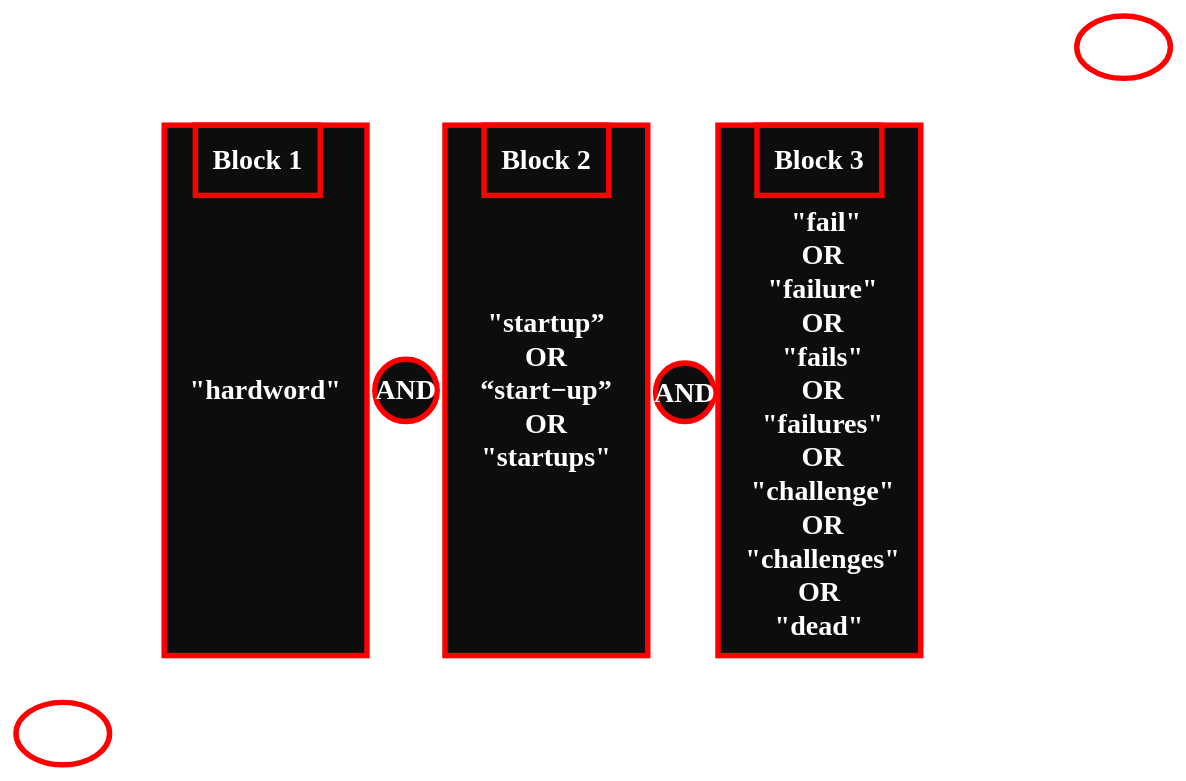
Earlier version of the draw.io diagram page "Page-1" (1 of 2) of Diagrams/keyword logic.drawio (HeiderJeffer/Gilgamesh). Source tidied: cells renumbered, new cells numbered last; positions are measured from the earlier drawing's top-left corner, leaving out a move shared by most shapes. Both pictures are drawn from the tidied source at 78%, with x=0, y=0 at pixel (16, 16).
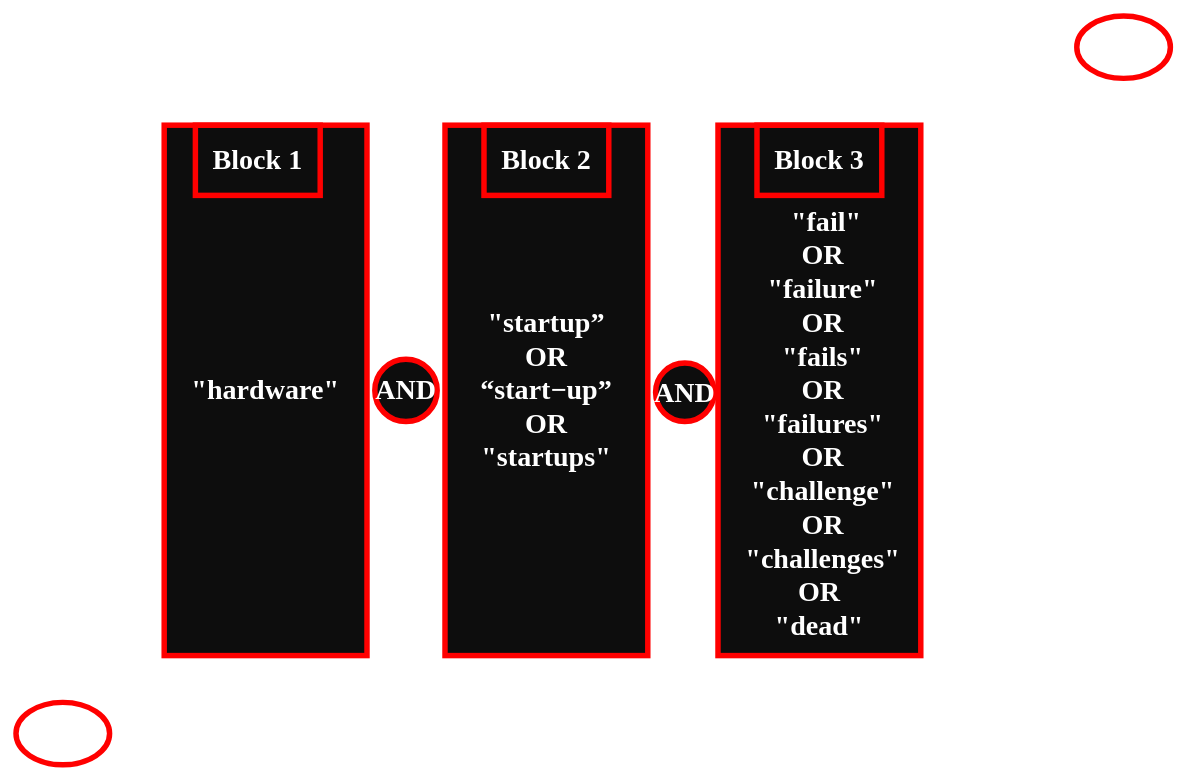
The same diagram, later.

The edit, as a diff of the source:
```diff
@@
 <mxGraphModel>
   <root>
     <mxCell id="0" />
     <mxCell id="1" parent="0" />
     <mxCell id="2" value="&lt;font style=&quot;font-size: 36px&quot; face=&quot;Times New Roman&quot; color=&quot;#ffffff&quot;&gt;&lt;b&gt;AND&lt;/b&gt;&lt;/font&gt;" style="ellipse;whiteSpace=wrap;html=1;fillColor=#0D0D0D;fontColor=#000000;strokeColor=#FF0000;strokeWidth=7;" parent="1" vertex="1">
       <mxGeometry x="460" y="440" width="80" height="80" as="geometry" />
     </mxCell>
     <mxCell id="3" value="&lt;font style=&quot;font-size: 36px&quot; face=&quot;Times New Roman&quot; color=&quot;#ffffff&quot;&gt;&lt;b&gt;AND&lt;/b&gt;&lt;/font&gt;" style="ellipse;whiteSpace=wrap;html=1;fillColor=#0D0D0D;fontColor=#000000;strokeColor=#FF0000;strokeWidth=7;" parent="1" vertex="1">
       <mxGeometry x="820" y="445" width="75" height="75" as="geometry" />
     </mxCell>
     <mxCell id="4" value="&lt;b&gt;&lt;font face=&quot;Times New Roman&quot; style=&quot;font-size: 36px&quot;&gt;&lt;br&gt;&lt;br&gt;&amp;nbsp; &quot;fail&quot;&lt;br&gt;&amp;nbsp;OR&lt;br&gt;&amp;nbsp;&quot;failure&quot;&lt;br&gt;&amp;nbsp;OR&lt;br&gt;&amp;nbsp;&quot;fails&quot;&lt;br&gt;&amp;nbsp;OR&lt;br&gt;&amp;nbsp;&quot;failures&quot;&lt;br&gt;&amp;nbsp;OR&lt;br&gt;&amp;nbsp;&quot;challenge&quot;&lt;br&gt;&amp;nbsp;OR&lt;br&gt;&amp;nbsp;&quot;challenges&quot;&lt;br&gt;OR&lt;br&gt;&quot;dead&quot;&lt;/font&gt;&lt;/b&gt;" style="rounded=0;whiteSpace=wrap;html=1;fontSize=18;align=center;fillColor=#0D0D0D;fontColor=#ffffff;strokeColor=#FF0000;strokeWidth=7;" parent="1" vertex="1">
       <mxGeometry x="900" y="140" width="260" height="680" as="geometry" />
     </mxCell>
     <mxCell id="5" value="&lt;font face=&quot;Times New Roman&quot; style=&quot;font-size: 36px&quot; color=&quot;#ffffff&quot;&gt;&lt;b&gt;&quot;startup”&lt;br&gt;OR&lt;br&gt;“start−up”&lt;br&gt;OR&lt;br&gt;&quot;startups&quot;&lt;/b&gt;&lt;/font&gt;" style="rounded=0;whiteSpace=wrap;html=1;fontSize=18;align=center;fillColor=#0D0D0D;fontColor=#ffffff;strokeColor=#FF0000;strokeWidth=7;" parent="1" vertex="1">
       <mxGeometry x="550" y="140" width="260" height="680" as="geometry" />
     </mxCell>
-    <mxCell id="6" value="&lt;font face=&quot;Times New Roman&quot; style=&quot;font-size: 36px&quot;&gt;&lt;b&gt;&quot;hardword&quot;&lt;/b&gt;&lt;/font&gt;" style="rounded=0;whiteSpace=wrap;html=1;fontSize=18;align=center;fillColor=#0D0D0D;strokeColor=#FF0000;fontColor=#ffffff;strokeWidth=7;" parent="1" vertex="1">
+    <mxCell id="6" value="&lt;font face=&quot;Times New Roman&quot; style=&quot;font-size: 36px&quot;&gt;&lt;b&gt;&quot;hardware&quot;&lt;/b&gt;&lt;/font&gt;" style="rounded=0;whiteSpace=wrap;html=1;fontSize=18;align=center;fillColor=#0D0D0D;strokeColor=#FF0000;fontColor=#ffffff;strokeWidth=7;" parent="1" vertex="1">
       <mxGeometry x="190" y="140" width="260" height="680" as="geometry" />
     </mxCell>
     <mxCell id="7" value="&lt;font style=&quot;font-size: 36px&quot; face=&quot;Times New Roman&quot; color=&quot;#ffffff&quot;&gt;&lt;b&gt;Block 1&lt;/b&gt;&lt;/font&gt;" style="text;html=1;strokeColor=#FF0000;fillColor=none;align=center;verticalAlign=middle;whiteSpace=wrap;rounded=0;strokeWidth=7;" parent="1" vertex="1">
       <mxGeometry x="230" y="140" width="160" height="90" as="geometry" />
     </mxCell>
     <mxCell id="8" value="&lt;font style=&quot;font-size: 36px&quot; face=&quot;Times New Roman&quot; color=&quot;#ffffff&quot;&gt;&lt;b&gt;Block 2&lt;/b&gt;&lt;/font&gt;" style="text;html=1;strokeColor=#FF0000;fillColor=none;align=center;verticalAlign=middle;whiteSpace=wrap;rounded=0;strokeWidth=7;" parent="1" vertex="1">
       <mxGeometry x="600" y="140" width="160" height="90" as="geometry" />
     </mxCell>
     <mxCell id="9" value="&lt;font style=&quot;font-size: 36px&quot; face=&quot;Times New Roman&quot; color=&quot;#ffffff&quot;&gt;&lt;b&gt;Block 3&lt;/b&gt;&lt;/font&gt;" style="text;html=1;strokeColor=#FF0000;fillColor=none;align=center;verticalAlign=middle;whiteSpace=wrap;rounded=0;strokeWidth=7;" parent="1" vertex="1">
       <mxGeometry x="950" y="140" width="160" height="90" as="geometry" />
     </mxCell>
     <mxCell id="10" style="ellipse;whiteSpace=wrap;html=1;strokeColor=#FF0000;strokeWidth=7;" parent="1" vertex="1">
       <mxGeometry x="1360" width="120" height="80" as="geometry" />
     </mxCell>
     <mxCell id="11" style="ellipse;whiteSpace=wrap;html=1;strokeColor=#FF0000;strokeWidth=7;" parent="1" vertex="1">
       <mxGeometry y="880" width="120" height="80" as="geometry" />
     </mxCell>
   </root>
 </mxGraphModel>
```
